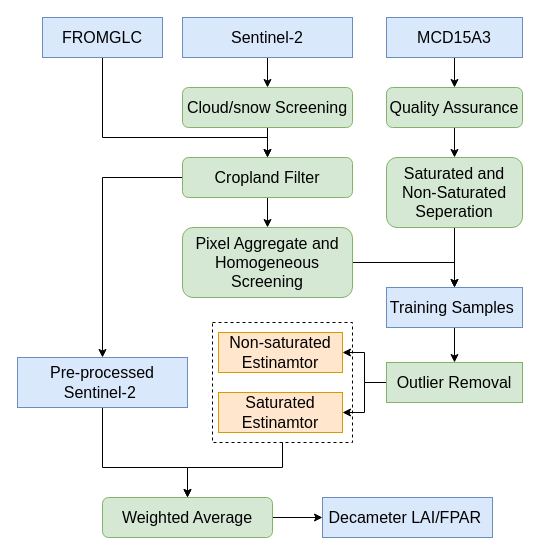
The draw.io diagram Untitled Diagram.drawio in ynhsun/diagram, before the edit. Source tidied: cells renumbered, new cells numbered last; positions are measured from the earlier drawing's top-left corner, leaving out a move shared by most shapes. Both pictures are drawn from the tidied source at 100%, with x=0, y=0 at pixel (17, 17).
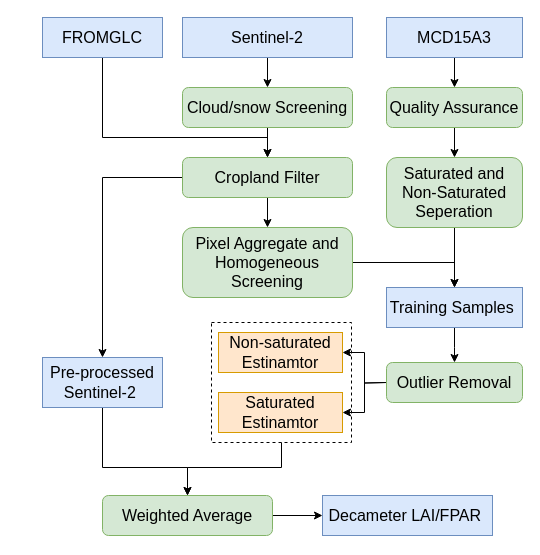
Above is the later version.

The change refers to these unchanged cells:
```xml
<mxCell id="20" value="Training Samples&amp;nbsp;" style="rounded=0;whiteSpace=wrap;html=1;fontSize=16;fillColor=#dae8fc;strokeColor=#6c8ebf;" parent="1" vertex="1">
  <mxGeometry x="369" y="270" width="136" height="40" as="geometry" />
</mxCell>
<mxCell id="29" value="Non-saturated Estinamtor" style="rounded=0;whiteSpace=wrap;html=1;fontSize=16;fillColor=#ffe6cc;strokeColor=#d79b00;" parent="1" vertex="1">
  <mxGeometry x="201" y="315" width="124" height="40" as="geometry" />
</mxCell>
<mxCell id="30" value="Saturated Estinamtor" style="rounded=0;whiteSpace=wrap;html=1;fontSize=16;fillColor=#ffe6cc;strokeColor=#d79b00;" parent="1" vertex="1">
  <mxGeometry x="201" y="375" width="124" height="40" as="geometry" />
</mxCell>
```

Change to the diagram source:
```diff
@@
-    <mxCell id="19" style="edgeStyle=orthogonalEdgeStyle;rounded=0;jettySize=auto;html=1;fontSize=16;" parent="1" edge="1" source="20" target="23">
-      <mxGeometry relative="1" as="geometry" />
+    <mxCell id="19" style="edgeStyle=orthogonalEdgeStyle;rounded=0;jettySize=auto;html=1;fontSize=16;" parent="1" edge="1" source="20">
+      <mxGeometry relative="1" as="geometry">
+        <mxPoint x="437" y="345" as="targetPoint" />
+      </mxGeometry>
     </mxCell>
@@
-    <mxCell id="21" style="edgeStyle=orthogonalEdgeStyle;rounded=0;jettySize=auto;html=1;exitX=0;exitY=0.5;exitDx=0;exitDy=0;entryX=1;entryY=0.5;entryDx=0;entryDy=0;fontSize=16;" parent="1" edge="1" source="23" target="29">
-      <mxGeometry relative="1" as="geometry" />
+    <mxCell id="21" style="edgeStyle=orthogonalEdgeStyle;rounded=0;jettySize=auto;html=1;exitX=0;exitY=0.5;exitDx=0;exitDy=0;entryX=1;entryY=0.5;entryDx=0;entryDy=0;fontSize=16;" parent="1" edge="1" target="29">
+      <mxGeometry relative="1" as="geometry">
+        <mxPoint x="369" y="365" as="sourcePoint" />
+      </mxGeometry>
     </mxCell>
-    <mxCell id="22" style="edgeStyle=orthogonalEdgeStyle;rounded=0;jettySize=auto;html=1;exitX=0;exitY=0.5;exitDx=0;exitDy=0;entryX=1;entryY=0.5;entryDx=0;entryDy=0;fontSize=16;" parent="1" edge="1" source="23" target="30">
-      <mxGeometry relative="1" as="geometry" />
+    <mxCell id="22" style="edgeStyle=orthogonalEdgeStyle;rounded=0;jettySize=auto;html=1;exitX=0;exitY=0.5;exitDx=0;exitDy=0;entryX=1;entryY=0.5;entryDx=0;entryDy=0;fontSize=16;" parent="1" edge="1" target="30">
+      <mxGeometry relative="1" as="geometry">
+        <mxPoint x="369" y="365" as="sourcePoint" />
+      </mxGeometry>
     </mxCell>
-    <mxCell id="23" value="Outlier Removal" style="rounded=0;whiteSpace=wrap;html=1;fontSize=16;fillColor=#d5e8d4;strokeColor=#82b366;" parent="1" vertex="1">
-      <mxGeometry x="369" y="345" width="136" height="40" as="geometry" />
-    </mxCell>
@@
     <mxCell id="25" value="Pre-processed Sentinel-2&amp;nbsp;" style="rounded=0;whiteSpace=wrap;html=1;fontSize=16;fillColor=#dae8fc;strokeColor=#6c8ebf;" parent="1" vertex="1">
-      <mxGeometry y="340" width="170" height="50" as="geometry" />
+      <mxGeometry x="25" y="340" width="120" height="50" as="geometry" />
     </mxCell>
     <mxCell id="26" value="Decameter LAI/FPAR&amp;nbsp;" style="rounded=0;whiteSpace=wrap;html=1;fontSize=16;fillColor=#dae8fc;strokeColor=#6c8ebf;" parent="1" vertex="1">
-      <mxGeometry x="305" y="480" width="170" height="40" as="geometry" />
+      <mxGeometry x="305" y="478" width="170" height="40" as="geometry" />
     </mxCell>
-    <mxCell id="27" style="edgeStyle=orthogonalEdgeStyle;rounded=0;jettySize=auto;html=1;exitX=0.5;exitY=1;exitDx=0;exitDy=0;entryX=0.5;entryY=0;entryDx=0;entryDy=0;fontSize=16;" parent="1" edge="1" source="28" target="32">
+    <mxCell id="27" style="edgeStyle=orthogonalEdgeStyle;rounded=0;jettySize=auto;html=1;entryX=0.5;entryY=0;entryDx=0;entryDy=0;" parent="1" edge="1" source="28" target="32">
       <mxGeometry relative="1" as="geometry">
         <Array as="points">
-          <mxPoint x="265" y="450" />
+          <mxPoint x="264" y="450" />
           <mxPoint x="170" y="450" />
         </Array>
       </mxGeometry>
     </mxCell>
     <mxCell id="28" style="rounded=0;whiteSpace=wrap;html=1;fontSize=16;dashed=1;fillColor=none;" parent="1" vertex="1">
-      <mxGeometry x="195" y="305" width="140" height="120" as="geometry" />
+      <mxGeometry x="194" y="305" width="140" height="120" as="geometry" />
     </mxCell>
@@
     <mxCell id="32" value="Weighted Average" style="rounded=1;whiteSpace=wrap;html=1;fontSize=16;fillColor=#d5e8d4;strokeColor=#82b366;" parent="1" vertex="1">
-      <mxGeometry x="85" y="480" width="170" height="40" as="geometry" />
+      <mxGeometry x="85" y="478" width="170" height="40" as="geometry" />
     </mxCell>
+    <mxCell id="23" value="Outlier Removal" style="rounded=1;whiteSpace=wrap;html=1;fontSize=16;fillColor=#d5e8d4;strokeColor=#82b366;" parent="1" vertex="1">
+      <mxGeometry x="369" y="345" width="136" height="40" as="geometry" />
+    </mxCell>
```
